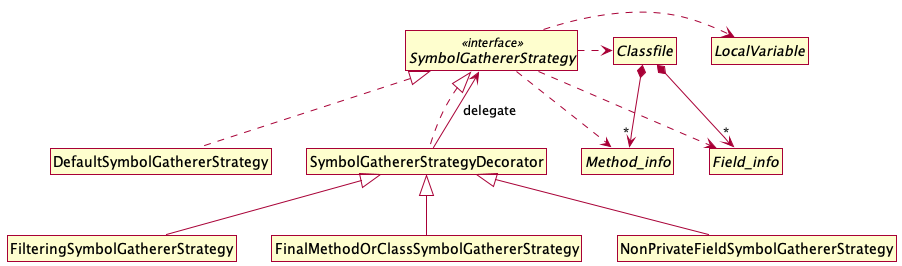
This is images/SymbolGathererHierarchy.png from jeantessier/dependency-finder, a PlantUML export, as it was before one commit. Its diagram source:
```plantuml
@startuml

skin rose
skinparam style strictuml

hide empty members

interface Classfile
interface Field_info
Classfile *--> "*" Field_info
interface Method_info
Classfile *--> "*" Method_info
interface LocalVariable
Classfile -[hidden]> LocalVariable

interface SymbolGathererStrategy <<interface>>
SymbolGathererStrategy .> Classfile
SymbolGathererStrategy .> Field_info
SymbolGathererStrategy .> Method_info
SymbolGathererStrategy .> LocalVariable

class DefaultSymbolGathererStrategy
SymbolGathererStrategy <|.. DefaultSymbolGathererStrategy

class SymbolGathererStrategyDecorator
SymbolGathererStrategy <|.. SymbolGathererStrategyDecorator
SymbolGathererStrategyDecorator -up-> SymbolGathererStrategy : delegate

class FilteringSymbolGathererStrategy
SymbolGathererStrategyDecorator <|-- FilteringSymbolGathererStrategy

class FinalMethodOrClassSymbolGathererStrategy
SymbolGathererStrategyDecorator <|-- FinalMethodOrClassSymbolGathererStrategy

class NonPrivateFieldSymbolGathererStrategy
SymbolGathererStrategyDecorator <|-- NonPrivateFieldSymbolGathererStrategy

@enduml
```
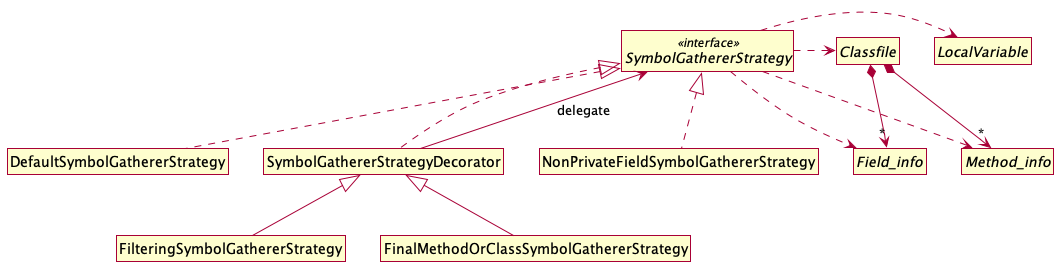
After the commit.

Commit message:
Fix class diagram

What changed in the source:
```diff
@@ -24,7 +24,7 @@
 
 class SymbolGathererStrategyDecorator
 SymbolGathererStrategy <|.. SymbolGathererStrategyDecorator
-SymbolGathererStrategyDecorator -up-> SymbolGathererStrategy : delegate
+SymbolGathererStrategyDecorator --> SymbolGathererStrategy : delegate
 
 class FilteringSymbolGathererStrategy
 SymbolGathererStrategyDecorator <|-- FilteringSymbolGathererStrategy
@@ -33,6 +33,6 @@
 SymbolGathererStrategyDecorator <|-- FinalMethodOrClassSymbolGathererStrategy
 
 class NonPrivateFieldSymbolGathererStrategy
-SymbolGathererStrategyDecorator <|-- NonPrivateFieldSymbolGathererStrategy
+SymbolGathererStrategy <|.. NonPrivateFieldSymbolGathererStrategy
 
 @enduml
```
